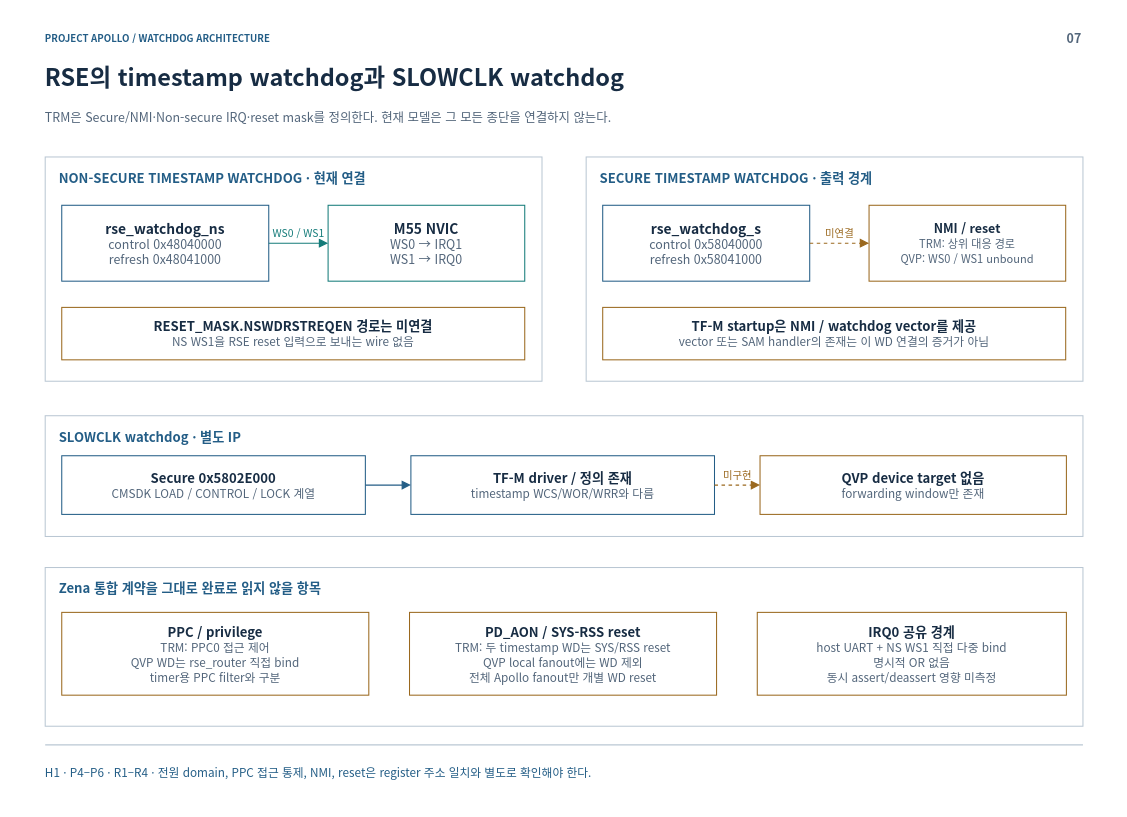
cometzero/project-apollo keeps this draw.io diagram as page "07-rse-boundaries" (5 of 20) of doc/phase1/watchdog/apollo-watchdog-architecture.drawio. Above is the earlier version. Source tidied: cells renumbered, new cells numbered last; positions are measured from the earlier drawing's top-left corner, leaving out a move shared by most shapes. Both pictures are drawn from the tidied source at 69%, with x=0, y=0 at pixel (12, 12).
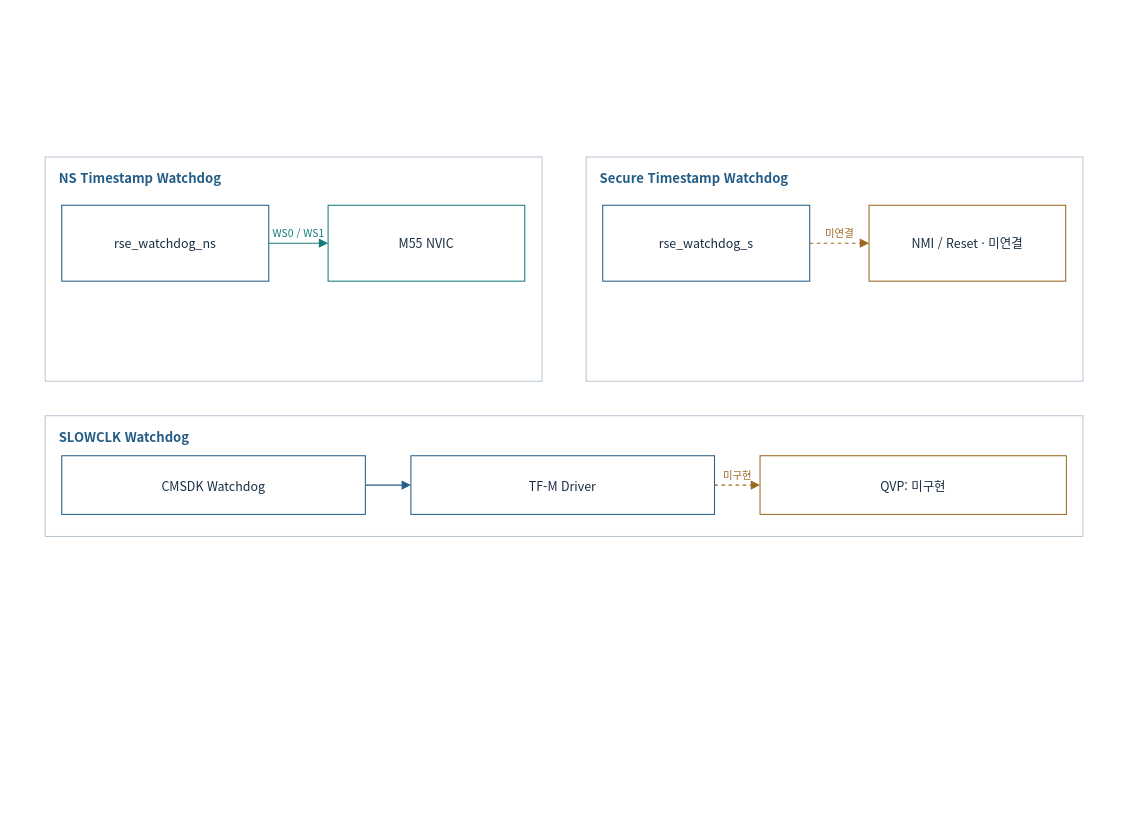
Above is the later version.

Change to the diagram source:
```diff
@@
-    <mxCell id="2" style="rounded=0;whiteSpace=wrap;html=1;fillColor=#FFFFFF;strokeWidth=1.5;fontFamily=Noto Sans CJK KR;fontSize=18;spacing=12;fontColor=#172C43;strokeColor=none;" parent="1" vertex="1">
-      <mxGeometry width="1600" height="1150" as="geometry" />
-    </mxCell>
-    <mxCell id="3" value="PROJECT APOLLO / WATCHDOG ARCHITECTURE" style="rounded=0;whiteSpace=wrap;html=1;fillColor=#FFFFFF;strokeWidth=1.5;fontFamily=Noto Sans CJK KR;fontSize=18;spacing=12;fontColor=#172C43;strokeColor=none;fillColor=none;spacing=0;align=left;verticalAlign=middle;fontSize=14;fontColor=#235D86;fontStyle=1;" parent="1" vertex="1">
-      <mxGeometry x="48" y="26" width="1400" height="24" as="geometry" />
-    </mxCell>
-    <mxCell id="4" value="07" style="rounded=0;whiteSpace=wrap;html=1;fillColor=#FFFFFF;strokeWidth=1.5;fontFamily=Noto Sans CJK KR;fontSize=18;spacing=12;fontColor=#172C43;strokeColor=none;fillColor=none;spacing=0;align=right;verticalAlign=middle;fontSize=18;fontColor=#52657A;fontStyle=1;" parent="1" vertex="1">
-      <mxGeometry x="1485" y="23" width="65" height="30" as="geometry" />
-    </mxCell>
-    <mxCell id="5" value="RSE의 timestamp watchdog과 SLOWCLK watchdog" style="rounded=0;whiteSpace=wrap;html=1;fillColor=#FFFFFF;strokeWidth=1.5;fontFamily=Noto Sans CJK KR;fontSize=18;spacing=12;fontColor=#172C43;strokeColor=none;fillColor=none;spacing=0;align=left;verticalAlign=middle;fontSize=34;fontColor=#172C43;fontStyle=1;" parent="1" vertex="1">
-      <mxGeometry x="48" y="67" width="1504" height="54" as="geometry" />
-    </mxCell>
-    <mxCell id="6" value="TRM은 Secure/NMI·Non-secure IRQ·reset mask를 정의한다. 현재 모델은 그 모든 종단을 연결하지 않는다." style="rounded=0;whiteSpace=wrap;html=1;fillColor=#FFFFFF;strokeWidth=1.5;fontFamily=Noto Sans CJK KR;fontSize=18;spacing=12;fontColor=#172C43;strokeColor=none;fillColor=none;spacing=0;align=left;verticalAlign=middle;fontSize=18;fontColor=#52657A;fontStyle=0;" parent="1" vertex="1">
-      <mxGeometry x="48" y="127" width="1504" height="50" as="geometry" />
-    </mxCell>
-    <mxCell id="7" style="html=1;whiteSpace=nowrap;edgeStyle=none;endArrow=none;endSize=8;strokeWidth=1.6;strokeColor=#BAC7D3;fontColor=#BAC7D3;fontFamily=Noto Sans CJK KR;fontSize=16;labelBackgroundColor=#FFFFFF;dashed=0;" parent="1" edge="1">
-      <mxGeometry relative="1" as="geometry">
-        <mxPoint x="48" y="1062" as="sourcePoint" />
-        <mxPoint x="1552" y="1062" as="targetPoint" />
-      </mxGeometry>
-    </mxCell>
-    <mxCell id="8" value="H1 · P4–P6 · R1–R4 · 전원 domain, PPC 접근 통제, NMI, reset은 register 주소 일치와 별도로 확인해야 한다." style="rounded=0;whiteSpace=wrap;html=1;fillColor=#FFFFFF;strokeWidth=1.5;fontFamily=Noto Sans CJK KR;fontSize=18;spacing=12;fontColor=#172C43;strokeColor=none;fillColor=none;spacing=0;align=left;verticalAlign=middle;fontSize=17;fontColor=#235D86;fontStyle=0;" parent="1" vertex="1">
-      <mxGeometry x="48" y="1077" width="1504" height="50" as="geometry" />
-    </mxCell>
@@
-    <mxCell id="10" value="NON-SECURE TIMESTAMP WATCHDOG · 현재 연결" style="rounded=0;whiteSpace=wrap;html=1;fillColor=#FFFFFF;strokeWidth=1.5;fontFamily=Noto Sans CJK KR;fontSize=18;spacing=12;fontColor=#172C43;strokeColor=none;fillColor=none;spacing=0;align=left;verticalAlign=middle;fontSize=19;fontColor=#235D86;fontStyle=1;" parent="1" vertex="1">
+    <mxCell id="10" value="NS Timestamp Watchdog" style="rounded=0;whiteSpace=wrap;html=1;fillColor=#FFFFFF;strokeWidth=1.5;fontFamily=Noto Sans CJK KR;fontSize=18;spacing=12;fontColor=#172C43;strokeColor=none;fillColor=none;spacing=0;align=left;verticalAlign=middle;fontSize=19;fontColor=#235D86;fontStyle=1;" parent="1" vertex="1">
       <mxGeometry x="68" y="224" width="680" height="32" as="geometry" />
     </mxCell>
-    <mxCell id="11" value="&lt;b style=&quot;font-size:20px&quot;&gt;rse_watchdog_ns&lt;/b&gt;&lt;br&gt;&lt;font color=&quot;#52657A&quot; style=&quot;font-size:18px&quot;&gt;control 0x48040000&lt;br&gt;refresh 0x48041000&lt;/font&gt;" style="rounded=0;whiteSpace=wrap;html=1;fillColor=#FFFFFF;strokeWidth=1.5;fontFamily=Noto Sans CJK KR;fontSize=18;spacing=12;fontColor=#172C43;strokeColor=#235D86;" parent="1" vertex="1">
+    <mxCell id="11" value="rse_watchdog_ns" style="rounded=0;whiteSpace=wrap;html=1;fillColor=#FFFFFF;strokeWidth=1.5;fontFamily=Noto Sans CJK KR;fontSize=18;spacing=12;fontColor=#172C43;strokeColor=#235D86;" parent="1" vertex="1">
       <mxGeometry x="72" y="280" width="300" height="110" as="geometry" />
     </mxCell>
-    <mxCell id="12" value="&lt;b style=&quot;font-size:20px&quot;&gt;M55 NVIC&lt;/b&gt;&lt;br&gt;&lt;font color=&quot;#52657A&quot; style=&quot;font-size:18px&quot;&gt;WS0 → IRQ1&lt;br&gt;WS1 → IRQ0&lt;/font&gt;" style="rounded=0;whiteSpace=wrap;html=1;fillColor=#FFFFFF;strokeWidth=1.5;fontFamily=Noto Sans CJK KR;fontSize=18;spacing=12;fontColor=#172C43;strokeColor=#147B79;" parent="1" vertex="1">
+    <mxCell id="12" value="M55 NVIC" style="rounded=0;whiteSpace=wrap;html=1;fillColor=#FFFFFF;strokeWidth=1.5;fontFamily=Noto Sans CJK KR;fontSize=18;spacing=12;fontColor=#172C43;strokeColor=#147B79;" parent="1" vertex="1">
       <mxGeometry x="458" y="280" width="285" height="110" as="geometry" />
     </mxCell>
@@
-    <mxCell id="14" value="&lt;b style=&quot;font-size:19px&quot;&gt;RESET_MASK.NSWDRSTREQEN 경로는 미연결&lt;/b&gt;&lt;br&gt;&lt;font color=&quot;#52657A&quot; style=&quot;font-size:17px&quot;&gt;NS WS1을 RSE reset 입력으로 보내는 wire 없음&lt;/font&gt;" style="rounded=0;whiteSpace=wrap;html=1;fillColor=#FFFFFF;strokeWidth=1.5;fontFamily=Noto Sans CJK KR;fontSize=18;spacing=12;fontColor=#172C43;strokeColor=#9A681E;" parent="1" vertex="1">
-      <mxGeometry x="72" y="428" width="671" height="76" as="geometry" />
-    </mxCell>
@@
-    <mxCell id="16" value="SECURE TIMESTAMP WATCHDOG · 출력 경계" style="rounded=0;whiteSpace=wrap;html=1;fillColor=#FFFFFF;strokeWidth=1.5;fontFamily=Noto Sans CJK KR;fontSize=18;spacing=12;fontColor=#172C43;strokeColor=none;fillColor=none;spacing=0;align=left;verticalAlign=middle;fontSize=19;fontColor=#235D86;fontStyle=1;" parent="1" vertex="1">
+    <mxCell id="16" value="Secure Timestamp Watchdog" style="rounded=0;whiteSpace=wrap;html=1;fillColor=#FFFFFF;strokeWidth=1.5;fontFamily=Noto Sans CJK KR;fontSize=18;spacing=12;fontColor=#172C43;strokeColor=none;fillColor=none;spacing=0;align=left;verticalAlign=middle;fontSize=19;fontColor=#235D86;fontStyle=1;" parent="1" vertex="1">
       <mxGeometry x="852" y="224" width="680" height="32" as="geometry" />
     </mxCell>
-    <mxCell id="17" value="&lt;b style=&quot;font-size:20px&quot;&gt;rse_watchdog_s&lt;/b&gt;&lt;br&gt;&lt;font color=&quot;#52657A&quot; style=&quot;font-size:18px&quot;&gt;control 0x58040000&lt;br&gt;refresh 0x58041000&lt;/font&gt;" style="rounded=0;whiteSpace=wrap;html=1;fillColor=#FFFFFF;strokeWidth=1.5;fontFamily=Noto Sans CJK KR;fontSize=18;spacing=12;fontColor=#172C43;strokeColor=#235D86;" parent="1" vertex="1">
+    <mxCell id="17" value="rse_watchdog_s" style="rounded=0;whiteSpace=wrap;html=1;fillColor=#FFFFFF;strokeWidth=1.5;fontFamily=Noto Sans CJK KR;fontSize=18;spacing=12;fontColor=#172C43;strokeColor=#235D86;" parent="1" vertex="1">
       <mxGeometry x="856" y="280" width="300" height="110" as="geometry" />
     </mxCell>
-    <mxCell id="18" value="&lt;b style=&quot;font-size:18px&quot;&gt;NMI / reset&lt;/b&gt;&lt;br&gt;&lt;font color=&quot;#52657A&quot; style=&quot;font-size:16px&quot;&gt;TRM: 상위 대응 경로&lt;br&gt;QVP: WS0 / WS1 unbound&lt;/font&gt;" style="rounded=0;whiteSpace=wrap;html=1;fillColor=#FFFFFF;strokeWidth=1.5;fontFamily=Noto Sans CJK KR;fontSize=18;spacing=12;fontColor=#172C43;strokeColor=#9A681E;" parent="1" vertex="1">
+    <mxCell id="18" value="NMI / Reset · 미연결" style="rounded=0;whiteSpace=wrap;html=1;fillColor=#FFFFFF;strokeWidth=1.5;fontFamily=Noto Sans CJK KR;fontSize=18;spacing=12;fontColor=#172C43;strokeColor=#9A681E;" parent="1" vertex="1">
       <mxGeometry x="1242" y="280" width="285" height="110" as="geometry" />
     </mxCell>
@@
-    <mxCell id="20" value="&lt;b style=&quot;font-size:19px&quot;&gt;TF-M startup은 NMI / watchdog vector를 제공&lt;/b&gt;&lt;br&gt;&lt;font color=&quot;#52657A&quot; style=&quot;font-size:17px&quot;&gt;vector 또는 SAM handler의 존재는 이 WD 연결의 증거가 아님&lt;/font&gt;" style="rounded=0;whiteSpace=wrap;html=1;fillColor=#FFFFFF;strokeWidth=1.5;fontFamily=Noto Sans CJK KR;fontSize=18;spacing=12;fontColor=#172C43;strokeColor=#9A681E;" parent="1" vertex="1">
-      <mxGeometry x="856" y="428" width="671" height="76" as="geometry" />
-    </mxCell>
@@
-    <mxCell id="22" value="SLOWCLK watchdog · 별도 IP" style="rounded=0;whiteSpace=wrap;html=1;fillColor=#FFFFFF;strokeWidth=1.5;fontFamily=Noto Sans CJK KR;fontSize=18;spacing=12;fontColor=#172C43;strokeColor=none;fillColor=none;spacing=0;align=left;verticalAlign=middle;fontSize=19;fontColor=#235D86;fontStyle=1;" parent="1" vertex="1">
+    <mxCell id="22" value="SLOWCLK Watchdog" style="rounded=0;whiteSpace=wrap;html=1;fillColor=#FFFFFF;strokeWidth=1.5;fontFamily=Noto Sans CJK KR;fontSize=18;spacing=12;fontColor=#172C43;strokeColor=none;fillColor=none;spacing=0;align=left;verticalAlign=middle;fontSize=19;fontColor=#235D86;fontStyle=1;" parent="1" vertex="1">
       <mxGeometry x="68" y="599" width="1464" height="32" as="geometry" />
     </mxCell>
-    <mxCell id="23" value="&lt;b style=&quot;font-size:19px&quot;&gt;Secure 0x5802E000&lt;/b&gt;&lt;br&gt;&lt;font color=&quot;#52657A&quot; style=&quot;font-size:17px&quot;&gt;CMSDK LOAD / CONTROL / LOCK 계열&lt;/font&gt;" style="rounded=0;whiteSpace=wrap;html=1;fillColor=#FFFFFF;strokeWidth=1.5;fontFamily=Noto Sans CJK KR;fontSize=18;spacing=12;fontColor=#172C43;strokeColor=#235D86;" parent="1" vertex="1">
+    <mxCell id="23" value="CMSDK Watchdog" style="rounded=0;whiteSpace=wrap;html=1;fillColor=#FFFFFF;strokeWidth=1.5;fontFamily=Noto Sans CJK KR;fontSize=18;spacing=12;fontColor=#172C43;strokeColor=#235D86;" parent="1" vertex="1">
       <mxGeometry x="72" y="643" width="440" height="85" as="geometry" />
     </mxCell>
-    <mxCell id="24" value="&lt;b style=&quot;font-size:19px&quot;&gt;TF-M driver / 정의 존재&lt;/b&gt;&lt;br&gt;&lt;font color=&quot;#52657A&quot; style=&quot;font-size:17px&quot;&gt;timestamp WCS/WOR/WRR와 다름&lt;/font&gt;" style="rounded=0;whiteSpace=wrap;html=1;fillColor=#FFFFFF;strokeWidth=1.5;fontFamily=Noto Sans CJK KR;fontSize=18;spacing=12;fontColor=#172C43;strokeColor=#235D86;" parent="1" vertex="1">
+    <mxCell id="24" value="TF-M Driver" style="rounded=0;whiteSpace=wrap;html=1;fillColor=#FFFFFF;strokeWidth=1.5;fontFamily=Noto Sans CJK KR;fontSize=18;spacing=12;fontColor=#172C43;strokeColor=#235D86;" parent="1" vertex="1">
       <mxGeometry x="578" y="643" width="440" height="85" as="geometry" />
     </mxCell>
-    <mxCell id="25" value="&lt;b style=&quot;font-size:19px&quot;&gt;QVP device target 없음&lt;/b&gt;&lt;br&gt;&lt;font color=&quot;#52657A&quot; style=&quot;font-size:17px&quot;&gt;forwarding window만 존재&lt;/font&gt;" style="rounded=0;whiteSpace=wrap;html=1;fillColor=#FFFFFF;strokeWidth=1.5;fontFamily=Noto Sans CJK KR;fontSize=18;spacing=12;fontColor=#172C43;strokeColor=#9A681E;" parent="1" vertex="1">
+    <mxCell id="25" value="QVP: 미구현" style="rounded=0;whiteSpace=wrap;html=1;fillColor=#FFFFFF;strokeWidth=1.5;fontFamily=Noto Sans CJK KR;fontSize=18;spacing=12;fontColor=#172C43;strokeColor=#9A681E;" parent="1" vertex="1">
       <mxGeometry x="1084" y="643" width="444" height="85" as="geometry" />
     </mxCell>
@@
-    <mxCell id="28" style="rounded=0;whiteSpace=wrap;html=1;fillColor=#FFFFFF;strokeWidth=1.5;fontFamily=Noto Sans CJK KR;fontSize=18;spacing=12;fontColor=#172C43;strokeColor=#BAC7D3;" parent="1" vertex="1">
-      <mxGeometry x="48" y="805" width="1504" height="230" as="geometry" />
-    </mxCell>
-    <mxCell id="29" value="Zena 통합 계약을 그대로 완료로 읽지 않을 항목" style="rounded=0;whiteSpace=wrap;html=1;fillColor=#FFFFFF;strokeWidth=1.5;fontFamily=Noto Sans CJK KR;fontSize=18;spacing=12;fontColor=#172C43;strokeColor=none;fillColor=none;spacing=0;align=left;verticalAlign=middle;fontSize=19;fontColor=#235D86;fontStyle=1;" parent="1" vertex="1">
-      <mxGeometry x="68" y="819" width="1464" height="32" as="geometry" />
-    </mxCell>
-    <mxCell id="30" value="&lt;b style=&quot;font-size:19px&quot;&gt;PPC / privilege&lt;/b&gt;&lt;br&gt;&lt;font color=&quot;#52657A&quot; style=&quot;font-size:17px&quot;&gt;TRM: PPC0 접근 제어&lt;br&gt;QVP WD는 rse_router 직접 bind&lt;br&gt;timer용 PPC filter와 구분&lt;/font&gt;" style="rounded=0;whiteSpace=wrap;html=1;fillColor=#FFFFFF;strokeWidth=1.5;fontFamily=Noto Sans CJK KR;fontSize=18;spacing=12;fontColor=#172C43;strokeColor=#9A681E;" parent="1" vertex="1">
-      <mxGeometry x="72" y="870" width="445" height="120" as="geometry" />
-    </mxCell>
-    <mxCell id="31" value="&lt;b style=&quot;font-size:19px&quot;&gt;PD_AON / SYS-RSS reset&lt;/b&gt;&lt;br&gt;&lt;font color=&quot;#52657A&quot; style=&quot;font-size:17px&quot;&gt;TRM: 두 timestamp WD는 SYS/RSS reset&lt;br&gt;QVP local fanout에는 WD 제외&lt;br&gt;전체 Apollo fanout만 개별 WD reset&lt;/font&gt;" style="rounded=0;whiteSpace=wrap;html=1;fillColor=#FFFFFF;strokeWidth=1.5;fontFamily=Noto Sans CJK KR;fontSize=18;spacing=12;fontColor=#172C43;strokeColor=#9A681E;" parent="1" vertex="1">
-      <mxGeometry x="576" y="870" width="445" height="120" as="geometry" />
-    </mxCell>
-    <mxCell id="32" value="&lt;b style=&quot;font-size:19px&quot;&gt;IRQ0 공유 경계&lt;/b&gt;&lt;br&gt;&lt;font color=&quot;#52657A&quot; style=&quot;font-size:17px&quot;&gt;host UART + NS WS1 직접 다중 bind&lt;br&gt;명시적 OR 없음&lt;br&gt;동시 assert/deassert 영향 미측정&lt;/font&gt;" style="rounded=0;whiteSpace=wrap;html=1;fillColor=#FFFFFF;strokeWidth=1.5;fontFamily=Noto Sans CJK KR;fontSize=18;spacing=12;fontColor=#172C43;strokeColor=#9A681E;" parent="1" vertex="1">
-      <mxGeometry x="1080" y="870" width="448" height="120" as="geometry" />
-    </mxCell>
```
